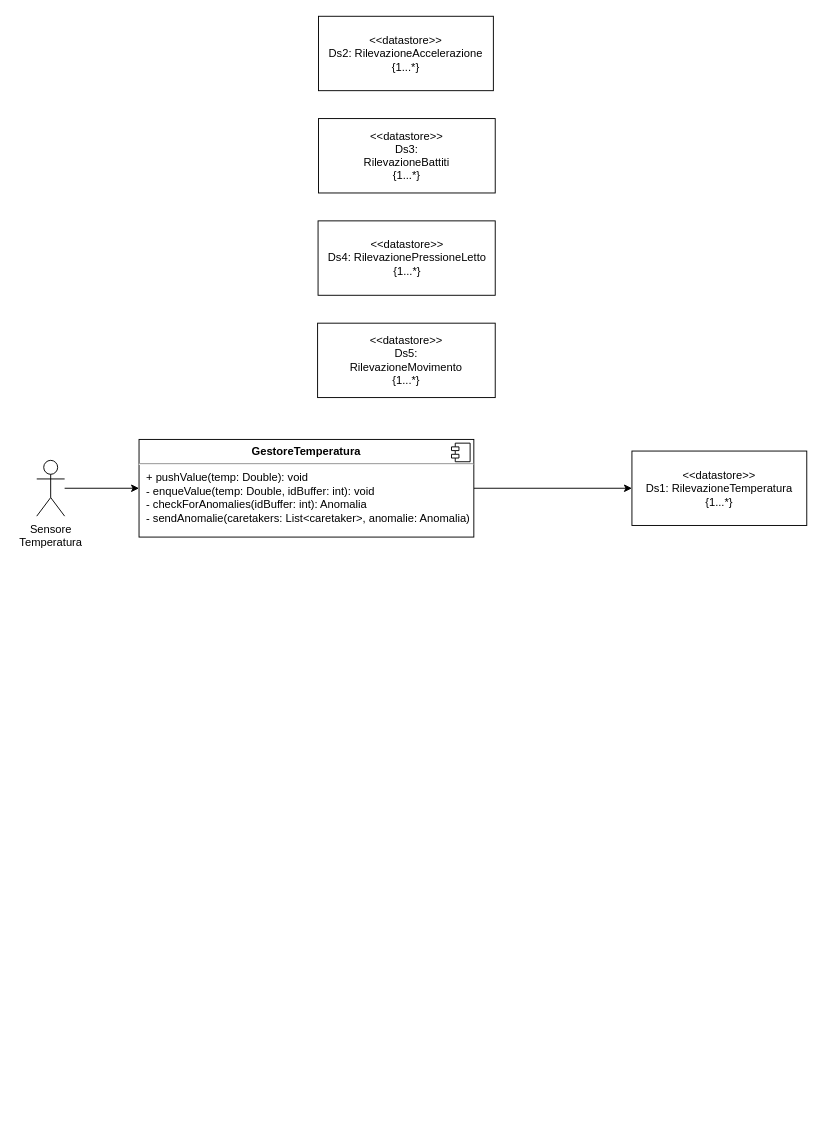
Earlier version of the draw.io diagram page "ConcreteArchitecture" (6 of 6) of Progetto/Diagrammi_Attivita/DiagrammiAttivita.drawio (Wonderjack996/unimib-software-architecture). Source tidied: cells renumbered, new cells numbered last; positions are measured from the earlier drawing's top-left corner, leaving out a move shared by most shapes. Both pictures are drawn from the tidied source at 93%, with x=0, y=0 at pixel (36, 16).
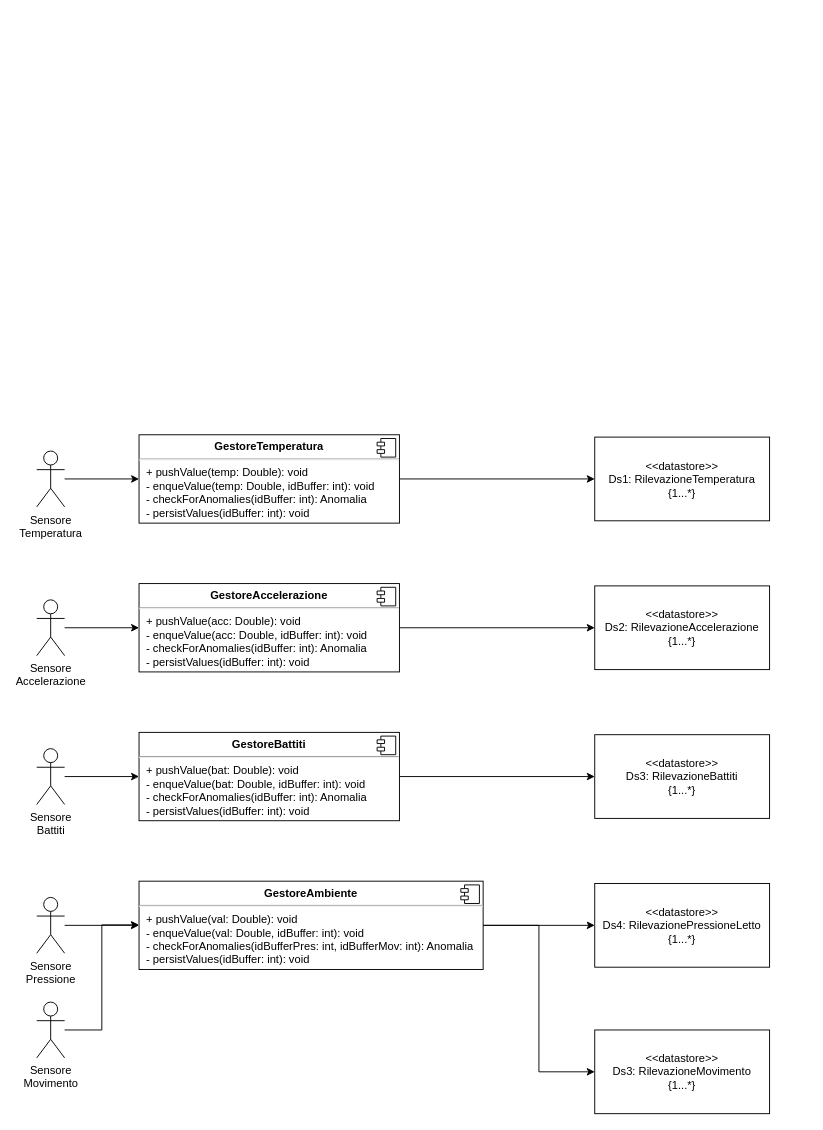
After the change.

Change to the diagram source:
```diff
@@
     <mxCell id="2" value="&lt;div&gt;&amp;lt;&amp;lt;datastore&amp;gt;&amp;gt;&lt;/div&gt;&lt;div&gt;Ds1: RilevazioneTemperatura&lt;/div&gt;&lt;div&gt;&lt;span style=&quot;background-color: initial;&quot;&gt;{1...*}&lt;/span&gt;&lt;/div&gt;" style="rounded=0;whiteSpace=wrap;html=1;" parent="1" vertex="1">
-      <mxGeometry x="640" y="467.5" width="188" height="80" as="geometry" />
+      <mxGeometry x="600" y="452.5" width="188" height="90" as="geometry" />
     </mxCell>
-    <mxCell id="3" value="&lt;div&gt;&amp;lt;&amp;lt;datastore&amp;gt;&amp;gt;&lt;/div&gt;&lt;div&gt;Ds2: RilevazioneAccelerazione&lt;/div&gt;&lt;div&gt;{1...*}&lt;br&gt;&lt;/div&gt;" style="rounded=0;whiteSpace=wrap;html=1;" parent="1" vertex="1">
-      <mxGeometry x="303" width="188" height="80" as="geometry" />
-    </mxCell>
-    <mxCell id="4" value="&lt;div&gt;&amp;lt;&amp;lt;datastore&amp;gt;&amp;gt;&lt;/div&gt;&lt;div&gt;Ds3:&lt;/div&gt;&lt;div&gt;RilevazioneBattiti&lt;/div&gt;&lt;div&gt;{1...*}&lt;br&gt;&lt;/div&gt;" style="rounded=0;whiteSpace=wrap;html=1;" parent="1" vertex="1">
-      <mxGeometry x="303" y="110" width="190" height="80" as="geometry" />
-    </mxCell>
-    <mxCell id="5" value="&lt;div&gt;&amp;lt;&amp;lt;datastore&amp;gt;&amp;gt;&lt;/div&gt;&lt;div&gt;Ds4: RilevazionePressioneLetto&lt;/div&gt;&lt;div&gt;{1...*}&lt;br&gt;&lt;/div&gt;" style="rounded=0;whiteSpace=wrap;html=1;" parent="1" vertex="1">
-      <mxGeometry x="302.5" y="220" width="190.5" height="80" as="geometry" />
-    </mxCell>
-    <mxCell id="6" value="&lt;div&gt;&amp;lt;&amp;lt;datastore&amp;gt;&amp;gt;&lt;/div&gt;&lt;div&gt;Ds5:&lt;/div&gt;&lt;div&gt;RilevazioneMovimento&lt;/div&gt;&lt;div&gt;{1...*}&lt;br&gt;&lt;/div&gt;" style="rounded=0;whiteSpace=wrap;html=1;" parent="1" vertex="1">
-      <mxGeometry x="302" y="330" width="191" height="80" as="geometry" />
-    </mxCell>
@@
-    <mxCell id="8" value="&lt;p style=&quot;margin:0px;margin-top:6px;text-align:center;&quot;&gt;&lt;b&gt;GestoreTemperatura&lt;/b&gt;&lt;/p&gt;&lt;hr&gt;&lt;p style=&quot;margin:0px;margin-left:8px;&quot;&gt;+ pushValue(temp: Double): void&lt;br&gt;- enqueValue(temp: Double, idBuffer: int): void&lt;/p&gt;&lt;p style=&quot;margin:0px;margin-left:8px;&quot;&gt;- checkForAnomalies(idBuffer: int): Anomalia&lt;/p&gt;&lt;p style=&quot;margin:0px;margin-left:8px;&quot;&gt;- sendAnomalie(caretakers: List&amp;lt;caretaker&amp;gt;, anomalie: Anomalia)&lt;/p&gt;" style="align=left;overflow=fill;html=1;" parent="1" vertex="1">
-      <mxGeometry x="110" y="455" width="360" height="105" as="geometry" />
+    <mxCell id="8" value="&lt;p style=&quot;margin:0px;margin-top:6px;text-align:center;&quot;&gt;&lt;b&gt;GestoreTemperatura&lt;/b&gt;&lt;/p&gt;&lt;hr&gt;&lt;p style=&quot;margin:0px;margin-left:8px;&quot;&gt;+ pushValue(temp: Double): void&lt;br&gt;- enqueValue(temp: Double, idBuffer: int): void&lt;/p&gt;&lt;p style=&quot;margin:0px;margin-left:8px;&quot;&gt;- checkForAnomalies(idBuffer: int): Anomalia&lt;/p&gt;&lt;p style=&quot;margin:0px;margin-left:8px;&quot;&gt;- persistValues(idBuffer: int): void&lt;/p&gt;" style="align=left;overflow=fill;html=1;" parent="1" vertex="1">
+      <mxGeometry x="110" y="450" width="280" height="95" as="geometry" />
     </mxCell>
@@
     <mxCell id="11" value="Sensore&lt;br&gt;Temperatura" style="shape=umlActor;verticalLabelPosition=bottom;verticalAlign=top;html=1;outlineConnect=0;" parent="1" vertex="1">
-      <mxGeometry y="477.5" width="30" height="60" as="geometry" />
+      <mxGeometry y="467.5" width="30" height="60" as="geometry" />
     </mxCell>
+    <mxCell id="3" value="&lt;div&gt;&amp;lt;&amp;lt;datastore&amp;gt;&amp;gt;&lt;/div&gt;&lt;div&gt;Ds2: RilevazioneAccelerazione&lt;/div&gt;&lt;div&gt;&lt;span style=&quot;background-color: initial;&quot;&gt;{1...*}&lt;/span&gt;&lt;/div&gt;" style="rounded=0;whiteSpace=wrap;html=1;" parent="1" vertex="1">
+      <mxGeometry x="600" y="612.5" width="188" height="90" as="geometry" />
+    </mxCell>
+    <mxCell id="12" style="edgeStyle=orthogonalEdgeStyle;rounded=0;jettySize=auto;html=1;entryX=0;entryY=0.5;entryDx=0;entryDy=0;" parent="1" edge="1" source="13" target="3">
+      <mxGeometry relative="1" as="geometry" />
+    </mxCell>
+    <mxCell id="13" value="&lt;p style=&quot;margin:0px;margin-top:6px;text-align:center;&quot;&gt;&lt;b&gt;GestoreAccelerazione&lt;/b&gt;&lt;/p&gt;&lt;hr&gt;&lt;p style=&quot;margin:0px;margin-left:8px;&quot;&gt;+ pushValue(acc: Double): void&lt;br&gt;- enqueValue(acc: Double, idBuffer: int): void&lt;/p&gt;&lt;p style=&quot;margin:0px;margin-left:8px;&quot;&gt;- checkForAnomalies(idBuffer: int): Anomalia&lt;/p&gt;&lt;p style=&quot;margin:0px;margin-left:8px;&quot;&gt;- persistValues(idBuffer: int): void&lt;/p&gt;" style="align=left;overflow=fill;html=1;" parent="1" vertex="1">
+      <mxGeometry x="110" y="610" width="280" height="95" as="geometry" />
+    </mxCell>
+    <mxCell id="14" style="shape=component;jettyWidth=8;jettyHeight=4;" parent="13" vertex="1">
+      <mxGeometry x="1" width="20" height="20" relative="1" as="geometry">
+        <mxPoint x="-24" y="4" as="offset" />
+      </mxGeometry>
+    </mxCell>
+    <mxCell id="15" style="edgeStyle=orthogonalEdgeStyle;rounded=0;jettySize=auto;html=1;entryX=0;entryY=0.5;entryDx=0;entryDy=0;" parent="1" edge="1" source="16" target="13">
+      <mxGeometry relative="1" as="geometry" />
+    </mxCell>
+    <mxCell id="16" value="Sensore&lt;br&gt;Accelerazione" style="shape=umlActor;verticalLabelPosition=bottom;verticalAlign=top;html=1;outlineConnect=0;" parent="1" vertex="1">
+      <mxGeometry y="627.5" width="30" height="60" as="geometry" />
+    </mxCell>
+    <mxCell id="4" value="&lt;div&gt;&amp;lt;&amp;lt;datastore&amp;gt;&amp;gt;&lt;/div&gt;&lt;div&gt;Ds3: RilevazioneBattiti&lt;/div&gt;&lt;div&gt;&lt;span style=&quot;background-color: initial;&quot;&gt;{1...*}&lt;/span&gt;&lt;/div&gt;" style="rounded=0;whiteSpace=wrap;html=1;" parent="1" vertex="1">
+      <mxGeometry x="600" y="772.5" width="188" height="90" as="geometry" />
+    </mxCell>
+    <mxCell id="17" style="edgeStyle=orthogonalEdgeStyle;rounded=0;jettySize=auto;html=1;entryX=0;entryY=0.5;entryDx=0;entryDy=0;" parent="1" edge="1" source="18" target="4">
+      <mxGeometry relative="1" as="geometry" />
+    </mxCell>
+    <mxCell id="18" value="&lt;p style=&quot;margin:0px;margin-top:6px;text-align:center;&quot;&gt;&lt;b&gt;GestoreBattiti&lt;/b&gt;&lt;/p&gt;&lt;hr&gt;&lt;p style=&quot;margin:0px;margin-left:8px;&quot;&gt;+ pushValue(bat: Double): void&lt;br&gt;- enqueValue(bat: Double, idBuffer: int): void&lt;/p&gt;&lt;p style=&quot;margin:0px;margin-left:8px;&quot;&gt;- checkForAnomalies(idBuffer: int): Anomalia&lt;/p&gt;&lt;p style=&quot;margin:0px;margin-left:8px;&quot;&gt;- persistValues(idBuffer: int): void&lt;/p&gt;" style="align=left;overflow=fill;html=1;" parent="1" vertex="1">
+      <mxGeometry x="110" y="770" width="280" height="95" as="geometry" />
+    </mxCell>
+    <mxCell id="19" style="shape=component;jettyWidth=8;jettyHeight=4;" parent="18" vertex="1">
+      <mxGeometry x="1" width="20" height="20" relative="1" as="geometry">
+        <mxPoint x="-24" y="4" as="offset" />
+      </mxGeometry>
+    </mxCell>
+    <mxCell id="20" style="edgeStyle=orthogonalEdgeStyle;rounded=0;jettySize=auto;html=1;entryX=0;entryY=0.5;entryDx=0;entryDy=0;" parent="1" edge="1" source="21" target="18">
+      <mxGeometry relative="1" as="geometry" />
+    </mxCell>
+    <mxCell id="21" value="Sensore&lt;br&gt;Battiti" style="shape=umlActor;verticalLabelPosition=bottom;verticalAlign=top;html=1;outlineConnect=0;" parent="1" vertex="1">
+      <mxGeometry y="787.5" width="30" height="60" as="geometry" />
+    </mxCell>
+    <mxCell id="5" value="&lt;div&gt;&amp;lt;&amp;lt;datastore&amp;gt;&amp;gt;&lt;/div&gt;&lt;div&gt;Ds4: RilevazionePressioneLetto&lt;/div&gt;&lt;div&gt;&lt;span style=&quot;background-color: initial;&quot;&gt;{1...*}&lt;/span&gt;&lt;/div&gt;" style="rounded=0;whiteSpace=wrap;html=1;" parent="1" vertex="1">
+      <mxGeometry x="600" y="932.5" width="188" height="90" as="geometry" />
+    </mxCell>
+    <mxCell id="22" style="edgeStyle=orthogonalEdgeStyle;rounded=0;jettySize=auto;html=1;entryX=0;entryY=0.5;entryDx=0;entryDy=0;" parent="1" edge="1" source="24" target="5">
+      <mxGeometry relative="1" as="geometry" />
+    </mxCell>
+    <mxCell id="23" style="edgeStyle=orthogonalEdgeStyle;rounded=0;jettySize=auto;html=1;entryX=0;entryY=0.5;entryDx=0;entryDy=0;" parent="1" edge="1" source="24" target="30">
+      <mxGeometry relative="1" as="geometry" />
+    </mxCell>
+    <mxCell id="24" value="&lt;p style=&quot;margin:0px;margin-top:6px;text-align:center;&quot;&gt;&lt;b&gt;GestoreAmbiente&lt;/b&gt;&lt;/p&gt;&lt;hr&gt;&lt;p style=&quot;margin:0px;margin-left:8px;&quot;&gt;+ pushValue(val: Double): void&lt;br&gt;- enqueValue(val: Double, idBuffer: int): void&lt;/p&gt;&lt;p style=&quot;margin:0px;margin-left:8px;&quot;&gt;- checkForAnomalies(idBufferPres: int, idBufferMov: int): Anomalia&lt;/p&gt;&lt;p style=&quot;margin:0px;margin-left:8px;&quot;&gt;- persistValues(idBuffer: int): void&lt;/p&gt;" style="align=left;overflow=fill;html=1;" parent="1" vertex="1">
+      <mxGeometry x="110" y="930" width="370" height="95" as="geometry" />
+    </mxCell>
+    <mxCell id="25" style="shape=component;jettyWidth=8;jettyHeight=4;" parent="24" vertex="1">
+      <mxGeometry x="1" width="20" height="20" relative="1" as="geometry">
+        <mxPoint x="-24" y="4" as="offset" />
+      </mxGeometry>
+    </mxCell>
+    <mxCell id="26" style="edgeStyle=orthogonalEdgeStyle;rounded=0;jettySize=auto;html=1;entryX=0;entryY=0.5;entryDx=0;entryDy=0;" parent="1" edge="1" source="27" target="24">
+      <mxGeometry relative="1" as="geometry" />
+    </mxCell>
+    <mxCell id="27" value="Sensore&lt;br&gt;Pressione" style="shape=umlActor;verticalLabelPosition=bottom;verticalAlign=top;html=1;outlineConnect=0;" parent="1" vertex="1">
+      <mxGeometry y="947.5" width="30" height="60" as="geometry" />
+    </mxCell>
+    <mxCell id="28" style="edgeStyle=orthogonalEdgeStyle;rounded=0;jettySize=auto;html=1;" parent="1" edge="1" source="29" target="24">
+      <mxGeometry relative="1" as="geometry">
+        <Array as="points">
+          <mxPoint x="70" y="1090" />
+          <mxPoint x="70" y="977" />
+        </Array>
+      </mxGeometry>
+    </mxCell>
+    <mxCell id="29" value="Sensore&lt;br&gt;Movimento" style="shape=umlActor;verticalLabelPosition=bottom;verticalAlign=top;html=1;outlineConnect=0;" parent="1" vertex="1">
+      <mxGeometry y="1060" width="30" height="60" as="geometry" />
+    </mxCell>
+    <mxCell id="30" value="&lt;div&gt;&amp;lt;&amp;lt;datastore&amp;gt;&amp;gt;&lt;/div&gt;&lt;div&gt;Ds3: RilevazioneMovimento&lt;/div&gt;&lt;div&gt;&lt;span style=&quot;background-color: initial;&quot;&gt;{1...*}&lt;/span&gt;&lt;/div&gt;" style="rounded=0;whiteSpace=wrap;html=1;" parent="1" vertex="1">
+      <mxGeometry x="600" y="1090" width="188" height="90" as="geometry" />
+    </mxCell>
```
